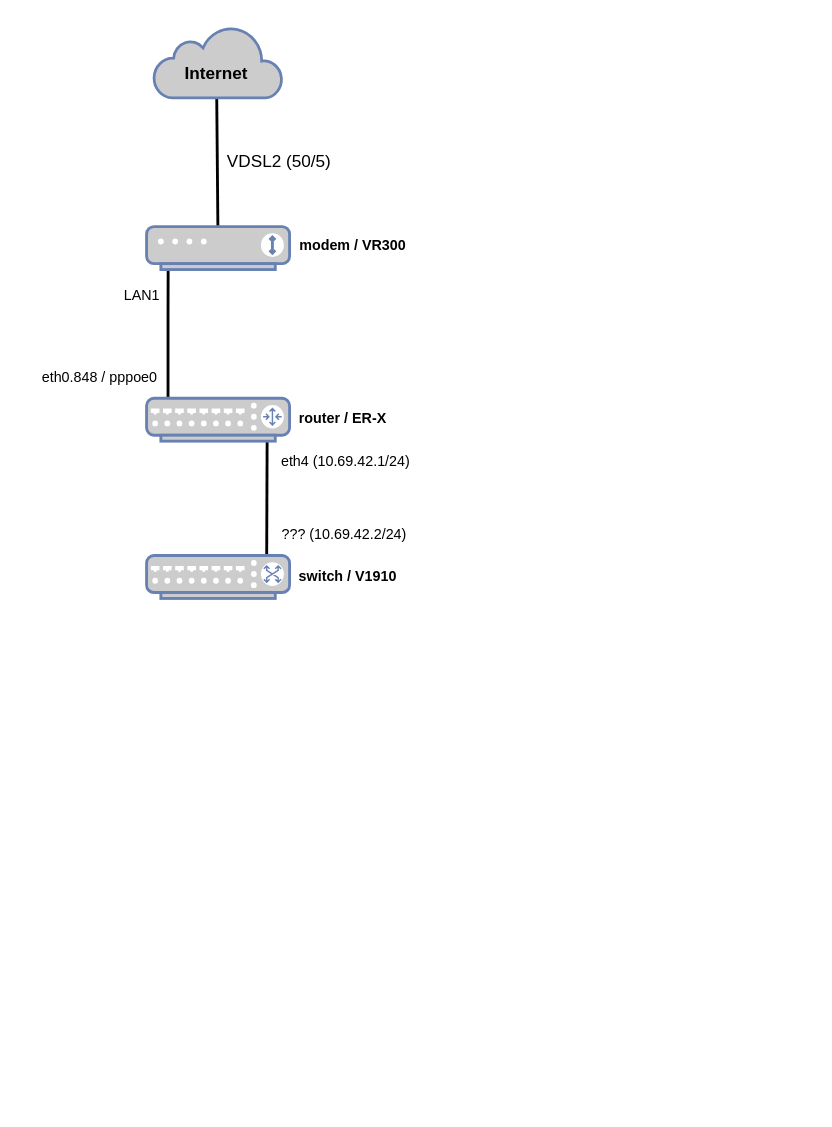
This is Untitled Diagram.drawio from Hipuranyhou/cuddly-octo-lamp, a draw.io file, before an edit. Source tidied: cells renumbered, new cells numbered last; positions are measured from the earlier drawing's top-left corner, leaving out a move shared by most shapes. Both pictures are drawn from the tidied source at 143%, with x=0, y=0 at pixel (24, 26).
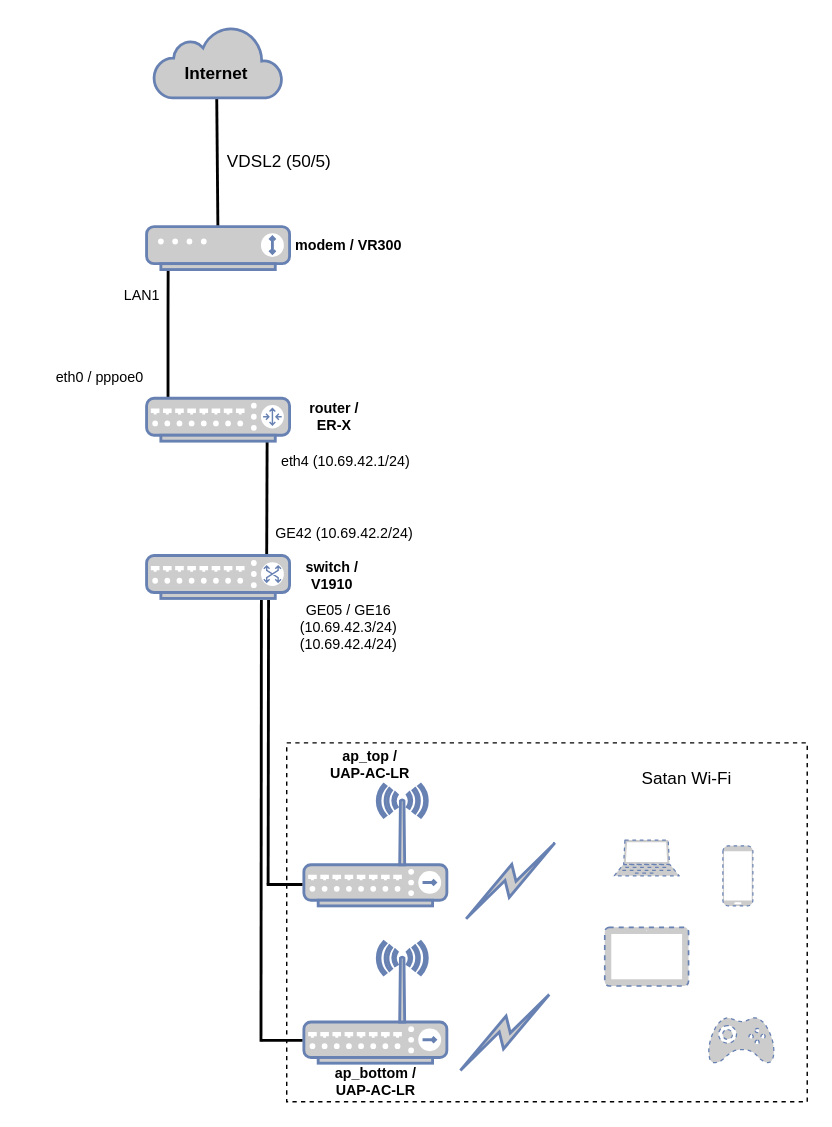
The same page after the edit.

What changed in the source:
```diff
@@
-    <mxCell id="10" value="eth0.848 / pppoe0" style="text;html=1;strokeColor=none;fillColor=none;align=center;verticalAlign=middle;whiteSpace=wrap;rounded=0;fontColor=#000000;fontStyle=0;fontSize=10;labelBackgroundColor=#ffffff;spacing=2;" parent="1" vertex="1">
+    <mxCell id="10" value="eth0 / pppoe0" style="text;html=1;strokeColor=none;fillColor=none;align=center;verticalAlign=middle;whiteSpace=wrap;rounded=0;fontColor=#000000;fontStyle=0;fontSize=10;labelBackgroundColor=#ffffff;spacing=2;" parent="1" vertex="1">
       <mxGeometry y="235" width="105" height="20" as="geometry" />
     </mxCell>
@@
-    <mxCell id="12" value="router / ER-X" style="text;html=1;strokeColor=none;fillColor=none;align=center;verticalAlign=middle;whiteSpace=wrap;rounded=0;labelBackgroundColor=#ffffff;fontSize=10;fontColor=#000000;fontStyle=1;" parent="1" vertex="1">
-      <mxGeometry x="182" y="264" width="81" height="20" as="geometry" />
+    <mxCell id="12" value="&lt;div&gt;router /&lt;/div&gt;&lt;div&gt;ER-X&lt;/div&gt;" style="text;html=1;strokeColor=none;fillColor=none;align=center;verticalAlign=middle;whiteSpace=wrap;rounded=0;labelBackgroundColor=#ffffff;fontSize=10;fontColor=#000000;fontStyle=1;" parent="1" vertex="1">
+      <mxGeometry x="176" y="263" width="81" height="20" as="geometry" />
     </mxCell>
     <mxCell id="13" value="modem / VR300" style="text;html=1;strokeColor=none;fillColor=none;align=center;verticalAlign=middle;whiteSpace=wrap;rounded=0;labelBackgroundColor=#ffffff;fontSize=10;fontColor=#000000;fontStyle=1;" parent="1" vertex="1">
-      <mxGeometry x="189" y="143" width="81" height="20" as="geometry" />
+      <mxGeometry x="186" y="143" width="81" height="20" as="geometry" />
     </mxCell>
@@
-    <mxCell id="16" value="switch / V1910" style="text;html=1;strokeColor=none;fillColor=none;align=center;verticalAlign=middle;whiteSpace=wrap;rounded=0;labelBackgroundColor=#ffffff;fontSize=10;fontColor=#000000;fontStyle=1;" parent="1" vertex="1">
-      <mxGeometry x="181" y="374" width="90" height="20" as="geometry" />
+    <mxCell id="16" value="&lt;div&gt;switch /&lt;/div&gt;&lt;div&gt;V1910&lt;/div&gt;" style="text;html=1;strokeColor=none;fillColor=none;align=center;verticalAlign=middle;whiteSpace=wrap;rounded=0;labelBackgroundColor=#ffffff;fontSize=10;fontColor=#000000;fontStyle=1;" parent="1" vertex="1">
+      <mxGeometry x="170" y="374" width="90" height="20" as="geometry" />
     </mxCell>
-    <mxCell id="17" value="??? (10.69.42.2/24)" style="text;html=1;strokeColor=none;fillColor=none;align=center;verticalAlign=middle;whiteSpace=wrap;rounded=0;labelBackgroundColor=#ffffff;fontSize=10;fontColor=#000000;" parent="1" vertex="1">
-      <mxGeometry x="173" y="345" width="101" height="20" as="geometry" />
+    <mxCell id="17" value="GE42 (10.69.42.2/24)" style="text;html=1;strokeColor=none;fillColor=none;align=center;verticalAlign=middle;whiteSpace=wrap;rounded=0;labelBackgroundColor=#ffffff;fontSize=10;fontColor=#000000;" parent="1" vertex="1">
+      <mxGeometry x="173" y="344" width="101" height="20" as="geometry" />
     </mxCell>
+    <mxCell id="18" style="endArrow=none;html=1;strokeWidth=2;fontSize=10;fontColor=#000000;entryX=0.843;entryY=1.004;entryDx=0;entryDy=0;entryPerimeter=0;" parent="1" edge="1">
+      <mxGeometry relative="1" as="geometry">
+        <mxPoint x="170" y="600" as="sourcePoint" />
+        <mxPoint x="170.3" y="401" as="targetPoint" />
+      </mxGeometry>
+    </mxCell>
+    <mxCell id="19" style="endArrow=none;html=1;strokeWidth=2;fontSize=10;fontColor=#000000;entryX=0.843;entryY=1.004;entryDx=0;entryDy=0;entryPerimeter=0;" parent="1" edge="1">
+      <mxGeometry relative="1" as="geometry">
+        <mxPoint x="165" y="710" as="sourcePoint" />
+        <mxPoint x="165.3" y="401" as="targetPoint" />
+      </mxGeometry>
+    </mxCell>
+    <mxCell id="20" value="&lt;div&gt;GE05 / GE16 (10.69.42.3/24)&lt;/div&gt;&lt;div&gt;(10.69.42.4/24)&lt;br&gt;&lt;/div&gt;" style="text;html=1;strokeColor=none;fillColor=none;align=center;verticalAlign=middle;whiteSpace=wrap;rounded=0;labelBackgroundColor=#ffffff;fontSize=10;fontColor=#000000;" parent="1" vertex="1">
+      <mxGeometry x="176" y="410" width="101" height="20" as="geometry" />
+    </mxCell>
+    <mxCell id="21" style="fontColor=#0066CC;verticalAlign=top;verticalLabelPosition=bottom;labelPosition=center;align=center;html=1;fillColor=#CCCCCC;strokeColor=#6881B3;gradientColor=none;gradientDirection=north;strokeWidth=2;shape=mxgraph.networks.wireless_hub;" parent="1" vertex="1">
+      <mxGeometry x="195" y="640" width="100" height="85" as="geometry" />
+    </mxCell>
+    <mxCell id="22" style="fontColor=#0066CC;verticalAlign=top;verticalLabelPosition=bottom;labelPosition=center;align=center;html=1;fillColor=#CCCCCC;strokeColor=#6881B3;gradientColor=none;gradientDirection=north;strokeWidth=2;shape=mxgraph.networks.wireless_hub;" parent="1" vertex="1">
+      <mxGeometry x="195" y="530" width="100" height="85" as="geometry" />
+    </mxCell>
+    <mxCell id="23" style="endArrow=none;html=1;strokeWidth=2;fontSize=10;fontColor=#000000;" parent="1" edge="1">
+      <mxGeometry relative="1" as="geometry">
+        <mxPoint x="194" y="600" as="sourcePoint" />
+        <mxPoint x="169" y="600" as="targetPoint" />
+      </mxGeometry>
+    </mxCell>
+    <mxCell id="24" style="endArrow=none;html=1;strokeWidth=2;fontSize=10;fontColor=#000000;" parent="1" edge="1">
+      <mxGeometry relative="1" as="geometry">
+        <mxPoint x="194" y="709" as="sourcePoint" />
+        <mxPoint x="165.5" y="709" as="targetPoint" />
+      </mxGeometry>
+    </mxCell>
+    <mxCell id="25" style="rounded=0;whiteSpace=wrap;html=1;fillColor=none;dashed=1;" parent="1" vertex="1">
+      <mxGeometry x="183" y="501" width="364" height="251" as="geometry" />
+    </mxCell>
+    <mxCell id="26" value="&lt;div&gt;ap_bottom /&lt;/div&gt;&lt;div&gt;UAP-AC-LR&lt;br&gt;&lt;/div&gt;" style="text;html=1;strokeColor=none;fillColor=none;align=center;verticalAlign=middle;whiteSpace=wrap;rounded=0;labelBackgroundColor=#ffffff;fontSize=10;fontColor=#000000;fontStyle=1;" parent="1" vertex="1">
+      <mxGeometry x="204.5" y="728" width="81" height="20" as="geometry" />
+    </mxCell>
+    <mxCell id="27" value="&lt;div&gt;ap_top /&lt;/div&gt;&lt;div&gt;UAP-AC-LR&lt;br&gt;&lt;/div&gt;" style="text;html=1;strokeColor=none;fillColor=none;align=center;verticalAlign=middle;whiteSpace=wrap;rounded=0;labelBackgroundColor=#ffffff;fontSize=10;fontColor=#000000;fontStyle=1;" parent="1" vertex="1">
+      <mxGeometry x="201" y="506" width="81" height="20" as="geometry" />
+    </mxCell>
+    <mxCell id="28" value="Satan Wi-Fi" style="text;html=1;strokeColor=none;fillColor=none;align=center;verticalAlign=middle;whiteSpace=wrap;rounded=0;dashed=1;" parent="1" vertex="1">
+      <mxGeometry x="428" y="516" width="70" height="20" as="geometry" />
+    </mxCell>
+    <mxCell id="29" style="html=1;outlineConnect=0;fillColor=#CCCCCC;strokeColor=#6881B3;gradientColor=none;gradientDirection=north;strokeWidth=2;shape=mxgraph.networks.comm_link_edge;html=1;" parent="1" edge="1">
+      <mxGeometry relative="1" as="geometry">
+        <mxPoint x="305" y="627" as="sourcePoint" />
+        <mxPoint x="374" y="568" as="targetPoint" />
+      </mxGeometry>
+    </mxCell>
+    <mxCell id="30" style="html=1;outlineConnect=0;fillColor=#CCCCCC;strokeColor=#6881B3;gradientColor=none;gradientDirection=north;strokeWidth=2;shape=mxgraph.networks.comm_link_edge;html=1;" parent="1" edge="1">
+      <mxGeometry relative="1" as="geometry">
+        <mxPoint x="301" y="733" as="sourcePoint" />
+        <mxPoint x="370" y="674" as="targetPoint" />
+      </mxGeometry>
+    </mxCell>
+    <mxCell id="31" style="fontColor=#0066CC;verticalAlign=top;verticalLabelPosition=bottom;labelPosition=center;align=center;html=1;fillColor=#CCCCCC;strokeColor=#6881B3;gradientColor=none;gradientDirection=north;strokeWidth=2;shape=mxgraph.networks.laptop;dashed=1;" parent="1" vertex="1">
+      <mxGeometry x="412" y="569" width="45.5" height="25" as="geometry" />
+    </mxCell>
+    <mxCell id="32" style="fontColor=#0066CC;verticalAlign=top;verticalLabelPosition=bottom;labelPosition=center;align=center;html=1;fillColor=#CCCCCC;strokeColor=#6881B3;gradientColor=none;gradientDirection=north;strokeWidth=2;shape=mxgraph.networks.mobile;dashed=1;" parent="1" vertex="1">
+      <mxGeometry x="488" y="573" width="21" height="42" as="geometry" />
+    </mxCell>
+    <mxCell id="33" style="fontColor=#0066CC;verticalAlign=top;verticalLabelPosition=bottom;labelPosition=center;align=center;html=1;fillColor=#CCCCCC;strokeColor=#6881B3;gradientColor=none;gradientDirection=north;strokeWidth=2;shape=mxgraph.networks.tablet;dashed=1;" parent="1" vertex="1">
+      <mxGeometry x="405.4" y="630" width="58.6" height="41" as="geometry" />
+    </mxCell>
+    <mxCell id="34" style="fontColor=#0066CC;verticalAlign=top;verticalLabelPosition=bottom;labelPosition=center;align=center;html=1;fillColor=#CCCCCC;strokeColor=#6881B3;gradientColor=none;gradientDirection=north;strokeWidth=2;shape=mxgraph.networks.gamepad;dashed=1;" parent="1" vertex="1">
+      <mxGeometry x="478" y="693" width="45.7" height="32" as="geometry" />
+    </mxCell>
```
